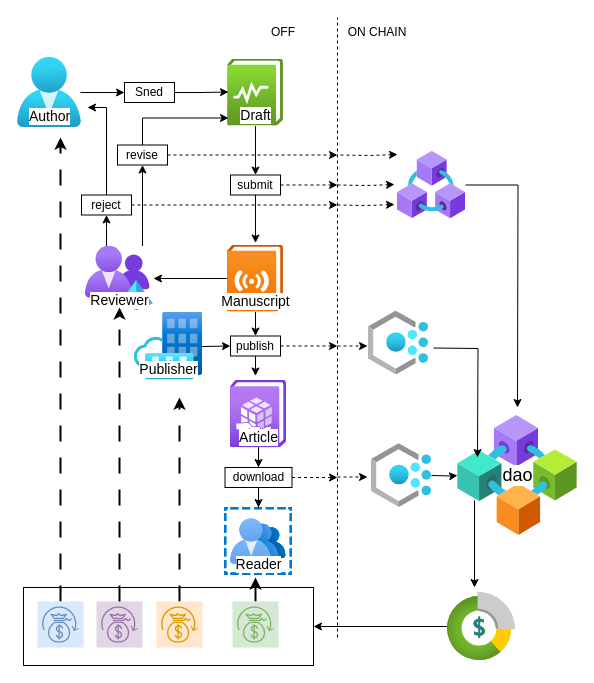
thales-casia/journal-dao keeps this draw.io diagram as docs/frame.drawio. Above is the earlier version. Source tidied: cells renumbered, new cells numbered last; positions are measured from the earlier drawing's top-left corner, leaving out a move shared by most shapes. Both pictures are drawn from the tidied source at 100%, with x=0, y=0 at pixel (17, 17).
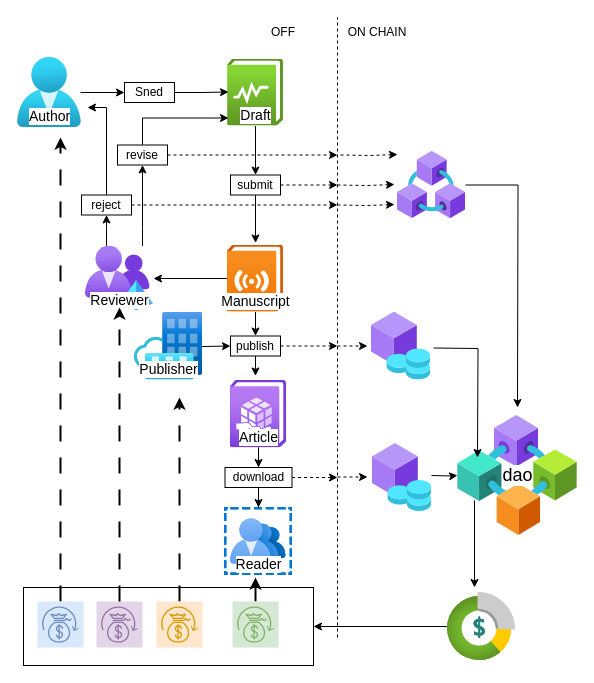
Above is the later version.

Change to the diagram source:
```diff
@@
-    <mxCell id="59" style="image;html=1;align=center;fontSize=12;image=img/lib/azure2/management_governance/Policy.svg;" parent="1" vertex="1">
-      <mxGeometry x="351" y="293.5" width="60" height="64" as="geometry" />
-    </mxCell>
-    <mxCell id="60" style="image;html=1;align=center;fontSize=12;image=img/lib/azure2/management_governance/Policy.svg;" parent="1" vertex="1">
-      <mxGeometry x="354" y="426" width="60" height="64" as="geometry" />
-    </mxCell>
+    <mxCell id="61" style="image;html=1;align=center;fontSize=12;image=img/lib/azure2/blockchain/Azure_Token_Service.svg;shadow=0;" parent="1" vertex="1">
+      <mxGeometry x="354" y="294.5" width="59" height="68" as="geometry" />
+    </mxCell>
+    <mxCell id="62" style="image;html=1;align=center;fontSize=12;image=img/lib/azure2/blockchain/Azure_Token_Service.svg;shadow=0;" parent="1" vertex="1">
+      <mxGeometry x="355" y="426" width="59" height="68" as="geometry" />
+    </mxCell>
```
